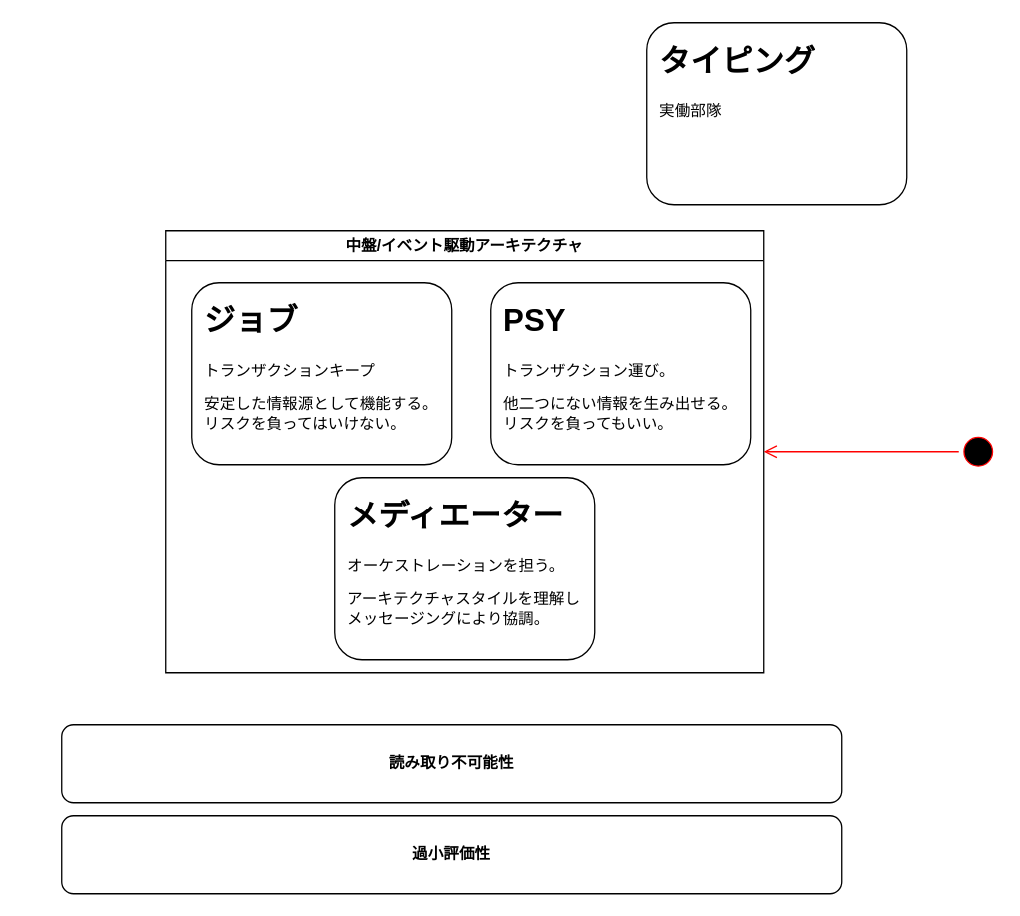
Above: page "ページ3" (3 of 3) of 名称未設定ファイル.drawio in minegishirei/draw_v1 (draw.io), before the change. Source tidied: cells renumbered, new cells numbered last; positions are measured from the earlier drawing's top-left corner, leaving out a move shared by most shapes. Both pictures are drawn from the tidied source at 130%, with x=0, y=0 at pixel (61, 22).
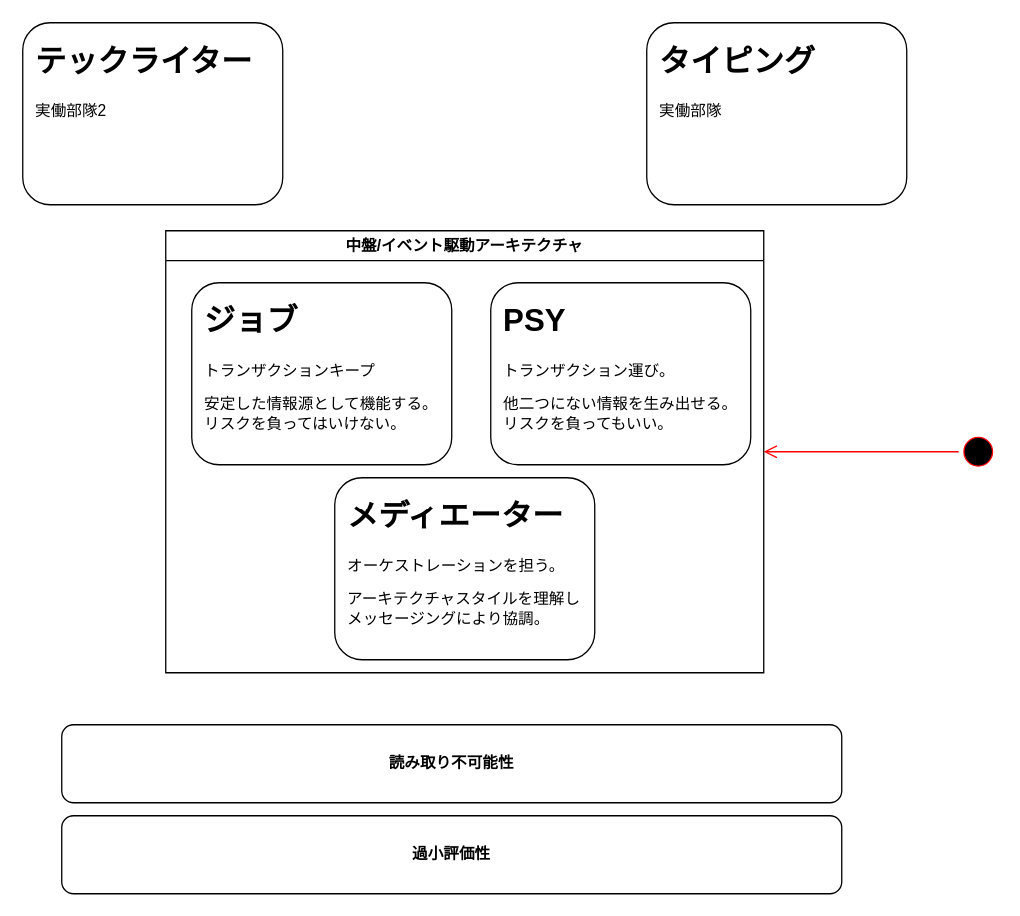
The same page after the edit.

Commit message:
名称未設定ファイル.drawio を更新します

Change to the diagram source:
```diff
@@
+    <mxCell id="19" style="group;" parent="1" vertex="1">
+      <mxGeometry x="-30" width="200" height="140" as="geometry" />
+    </mxCell>
+    <mxCell id="20" style="rounded=1;whiteSpace=wrap;html=1;" parent="19" vertex="1">
+      <mxGeometry width="200" height="140" as="geometry" />
+    </mxCell>
+    <mxCell id="21" value="&lt;h1&gt;テックライター&lt;/h1&gt;&lt;p&gt;実働部隊2&lt;/p&gt;" style="text;html=1;strokeColor=none;fillColor=none;spacing=5;spacingTop=-20;whiteSpace=wrap;overflow=hidden;rounded=0;" parent="19" vertex="1">
+      <mxGeometry x="5" y="10" width="190" height="120" as="geometry" />
+    </mxCell>
```
